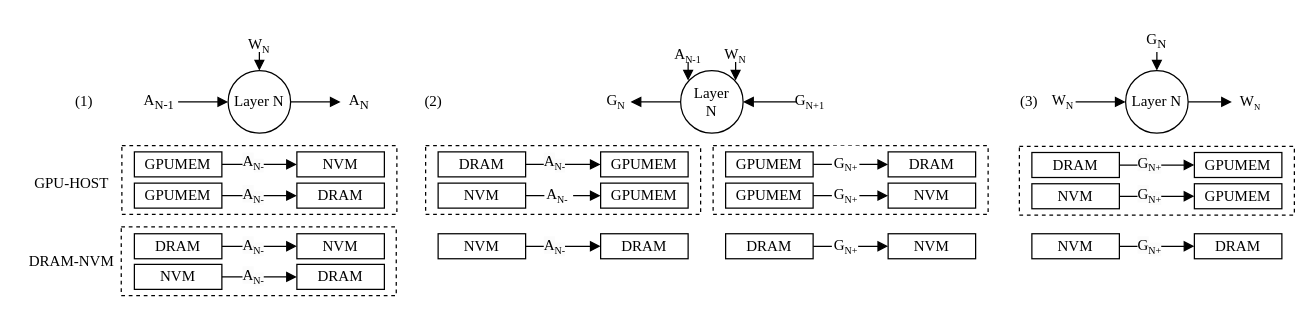
Before: fig/pipeline.drawio in icszhr/NCheck, a draw.io diagram. Source tidied: cells renumbered, new cells numbered last; positions are measured from the earlier drawing's top-left corner, leaving out a move shared by most shapes. Both pictures are drawn from the tidied source at 125%, with x=0, y=0 at pixel (21, 21).
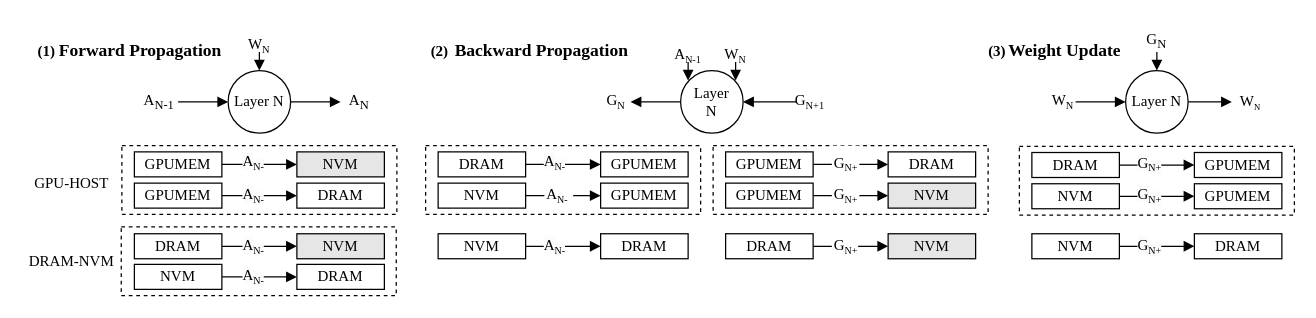
After the change.

The edit, as a diff of the source:
```diff
@@
-    <mxCell id="6" value="(1)" style="text;html=1;align=center;verticalAlign=middle;whiteSpace=wrap;rounded=0;fontFamily=Times New Roman;" parent="1" vertex="1">
-      <mxGeometry x="19.5" y="49" width="60" height="30" as="geometry" />
+    <mxCell id="6" value="&lt;b&gt;(1)&lt;/b&gt;" style="text;html=1;align=center;verticalAlign=middle;whiteSpace=wrap;rounded=0;fontFamily=Times New Roman;" parent="1" vertex="1">
+      <mxGeometry x="10" y="9" width="20" height="30" as="geometry" />
     </mxCell>
@@
-    <mxCell id="15" value="NVM" style="rounded=0;whiteSpace=wrap;html=1;fontFamily=Times New Roman;" parent="1" vertex="1">
+    <mxCell id="15" value="NVM" style="rounded=0;whiteSpace=wrap;html=1;fontFamily=Times New Roman;fillColor=#E6E6E6;" parent="1" vertex="1">
       <mxGeometry x="220" y="104" width="70" height="20" as="geometry" />
     </mxCell>
@@
-    <mxCell id="20" value="(2)" style="text;html=1;align=center;verticalAlign=middle;whiteSpace=wrap;rounded=0;fontFamily=Times New Roman;" parent="1" vertex="1">
-      <mxGeometry x="318" y="49" width="23" height="30" as="geometry" />
+    <mxCell id="20" value="&lt;b&gt;(2)&lt;/b&gt;" style="text;html=1;align=center;verticalAlign=middle;whiteSpace=wrap;rounded=0;fontFamily=Times New Roman;" parent="1" vertex="1">
+      <mxGeometry x="323" y="9" width="23" height="30" as="geometry" />
     </mxCell>
@@
-    <mxCell id="22" value="(3)" style="text;html=1;align=center;verticalAlign=middle;whiteSpace=wrap;rounded=0;fontFamily=Times New Roman;" parent="1" vertex="1">
-      <mxGeometry x="789" y="49" width="34" height="30" as="geometry" />
-    </mxCell>
@@
-    <mxCell id="43" value="NVM" style="rounded=0;whiteSpace=wrap;html=1;fontFamily=Times New Roman;" parent="1" vertex="1">
+    <mxCell id="43" value="NVM" style="rounded=0;whiteSpace=wrap;html=1;fontFamily=Times New Roman;fillColor=#E6E6E6;" parent="1" vertex="1">
       <mxGeometry x="220" y="169.5" width="70" height="20" as="geometry" />
     </mxCell>
@@
-    <mxCell id="58" value="NVM" style="rounded=0;whiteSpace=wrap;html=1;fontFamily=Times New Roman;" parent="1" vertex="1">
+    <mxCell id="58" value="NVM" style="rounded=0;whiteSpace=wrap;html=1;fontFamily=Times New Roman;fillColor=#E6E6E6;" parent="1" vertex="1">
       <mxGeometry x="693" y="129" width="70" height="20" as="geometry" />
     </mxCell>
@@
-    <mxCell id="61" value="NVM" style="rounded=0;whiteSpace=wrap;html=1;fontFamily=Times New Roman;" parent="1" vertex="1">
+    <mxCell id="61" value="NVM" style="rounded=0;whiteSpace=wrap;html=1;fontFamily=Times New Roman;fillColor=#E6E6E6;" parent="1" vertex="1">
       <mxGeometry x="693" y="169.5" width="70" height="20" as="geometry" />
     </mxCell>
@@
+    <mxCell id="87" value="&lt;font size=&quot;1&quot; face=&quot;Times New Roman&quot;&gt;&lt;b style=&quot;font-size: 14px;&quot;&gt;Forward Propagation&lt;/b&gt;&lt;/font&gt;" style="text;html=1;align=center;verticalAlign=middle;whiteSpace=wrap;rounded=0;" parent="1" vertex="1">
+      <mxGeometry x="15" y="14" width="160" height="20" as="geometry" />
+    </mxCell>
+    <mxCell id="88" value="&lt;font size=&quot;1&quot; face=&quot;Times New Roman&quot;&gt;&lt;b style=&quot;font-size: 14px;&quot;&gt;Backward Propagation&lt;/b&gt;&lt;/font&gt;" style="text;html=1;align=center;verticalAlign=middle;whiteSpace=wrap;rounded=0;" parent="1" vertex="1">
+      <mxGeometry x="344" y="14" width="144" height="20" as="geometry" />
+    </mxCell>
+    <mxCell id="22" value="&lt;b&gt;(3)&lt;/b&gt;" style="text;html=1;align=center;verticalAlign=middle;whiteSpace=wrap;rounded=0;fontFamily=Times New Roman;" parent="1" vertex="1">
+      <mxGeometry x="768.5" y="9" width="23" height="30" as="geometry" />
+    </mxCell>
+    <mxCell id="89" value="&lt;font size=&quot;1&quot; face=&quot;Times New Roman&quot;&gt;&lt;b style=&quot;font-size: 14px;&quot;&gt;Weight Update&lt;/b&gt;&lt;/font&gt;" style="text;html=1;align=center;verticalAlign=middle;whiteSpace=wrap;rounded=0;" parent="1" vertex="1">
+      <mxGeometry x="784.5" y="14" width="98.5" height="20" as="geometry" />
+    </mxCell>
```
